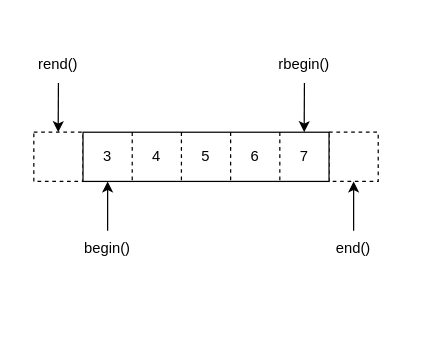
This is src/resources/cpp-stl.drawio from harleylara/robotics, a draw.io file, before an edit. Source tidied: cells renumbered, new cells numbered last; positions are measured from the earlier drawing's top-left corner, leaving out a move shared by most shapes. Both pictures are drawn from the tidied source at 123%, with x=0, y=0 at pixel (21, 46).
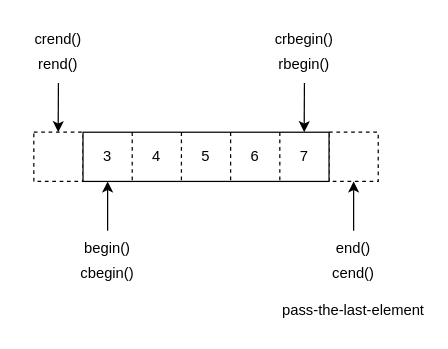
Above is the later version.

Change to the diagram source:
```diff
@@
+    <mxCell id="22" value="cbegin()" style="text;html=1;strokeColor=none;fillColor=none;align=center;verticalAlign=middle;whiteSpace=wrap;rounded=0;" parent="1" vertex="1">
+      <mxGeometry x="40" y="170" width="60" height="30" as="geometry" />
+    </mxCell>
+    <mxCell id="23" value="cend()" style="text;html=1;strokeColor=none;fillColor=none;align=center;verticalAlign=middle;whiteSpace=wrap;rounded=0;" parent="1" vertex="1">
+      <mxGeometry x="240" y="170" width="60" height="30" as="geometry" />
+    </mxCell>
+    <mxCell id="24" value="crbegin()" style="text;html=1;strokeColor=none;fillColor=none;align=center;verticalAlign=middle;whiteSpace=wrap;rounded=0;" parent="1" vertex="1">
+      <mxGeometry x="200" y="-20" width="60" height="30" as="geometry" />
+    </mxCell>
+    <mxCell id="25" value="crend()" style="text;html=1;strokeColor=none;fillColor=none;align=center;verticalAlign=middle;whiteSpace=wrap;rounded=0;" parent="1" vertex="1">
+      <mxGeometry y="-20" width="60" height="30" as="geometry" />
+    </mxCell>
+    <mxCell id="26" value="pass-the-last-element" style="text;html=1;strokeColor=none;fillColor=none;align=center;verticalAlign=middle;whiteSpace=wrap;rounded=0;" parent="1" vertex="1">
+      <mxGeometry x="210" y="200" width="120" height="30" as="geometry" />
+    </mxCell>
```
